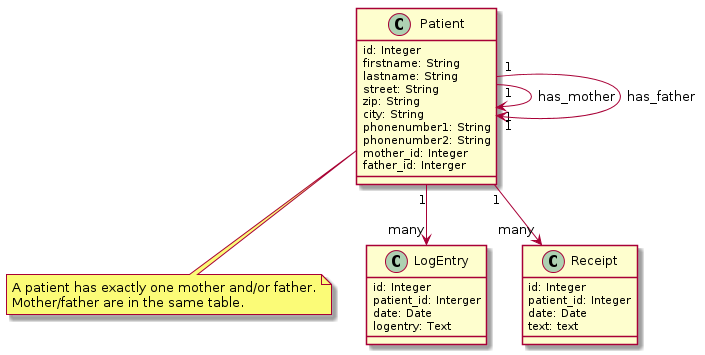
Before: doc/sippma_er.png, a diagram exported from PlantUML (tosmi/sippma).
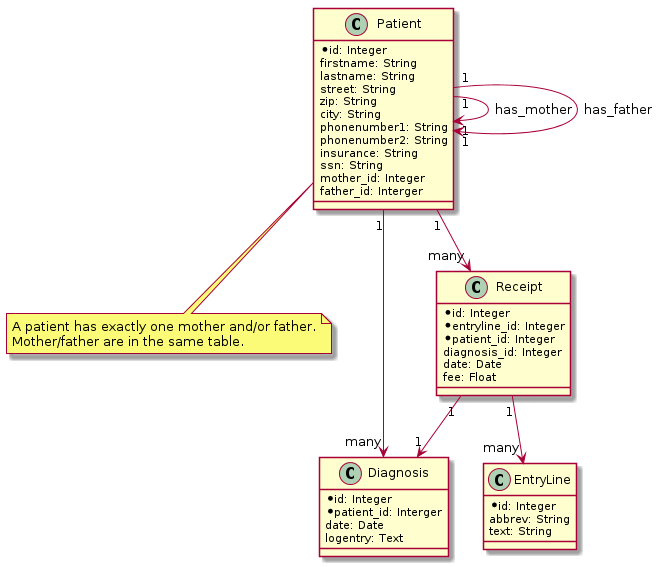
Above is the later version.

Diff of the diagram source:
```diff
@@ -1,6 +1,6 @@
 @startuml
 class Patient {
-      id: Integer
+      *id: Integer
       firstname: String
       lastname: String
       street: String
@@ -8,6 +8,8 @@
       city: String
       phonenumber1: String
       phonenumber2: String
+      insurance: String
+      ssn: String
       mother_id: Integer
       father_id: Interger
 }
@@ -15,23 +17,33 @@
 note "A patient has exactly one mother and/or father.\nMother/father are in the same table." as N1
 Patient .. N1
 
-class LogEntry {
-      id: Integer
-      patient_id: Interger
+class Diagnosis {
+      *id: Integer
+      *patient_id: Interger
       date: Date
       logentry: Text
 }
 
 class Receipt {
-      id: Integer
-      patient_id: Integer
+      *id: Integer
+      *entryline_id: Integer
+      *patient_id: Integer
+      diagnosis_id: Integer
       date: Date
-      text: text
+      fee: Float
+}
+
+class EntryLine {
+      *id: Integer
+      abbrev: String
+      text: String
 }
 
 Patient "1" --> "1" Patient: has_mother
 Patient "1" --> "1" Patient: has_father
-Patient "1" --> "many" LogEntry
+Patient "1" --> "many" Diagnosis
 Patient "1" --> "many" Receipt
+Receipt "1" --> "1" Diagnosis
+Receipt "1" --> "many" EntryLine
 
 @enduml
```
